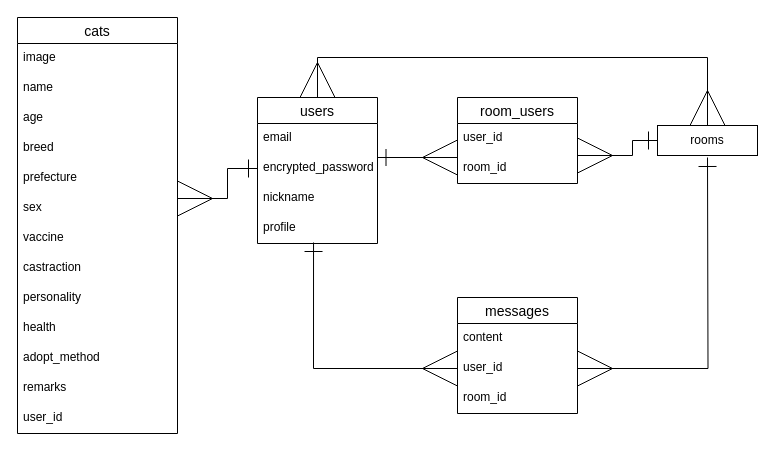
The draw.io diagram Nekko.dio in CatGitter/Nekko, before the edit. Source tidied: cells renumbered, new cells numbered last; positions are measured from the earlier drawing's top-left corner, leaving out a move shared by most shapes. Both pictures are drawn from the tidied source at 100%, with x=0, y=0 at pixel (17, 17).
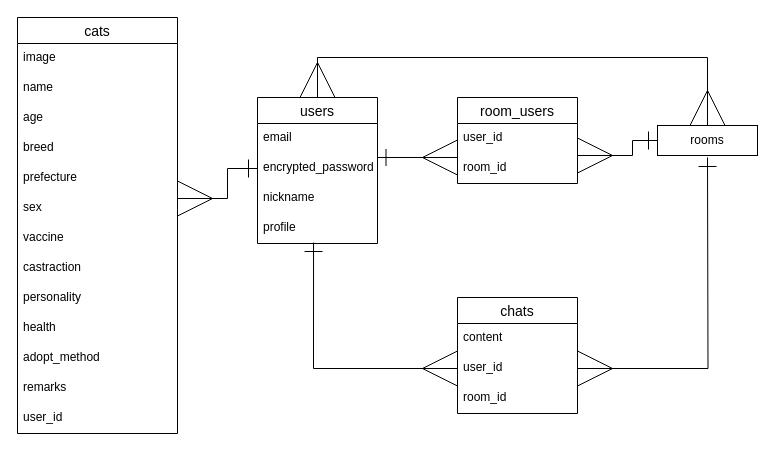
The same diagram, later.

Diff of the diagram source:
```diff
@@
-    <mxCell id="2" value="messages" style="swimlane;fontStyle=0;horizontal=1;startSize=26;align=center;fontSize=14;" parent="1" vertex="1">
+    <mxCell id="2" value="chats" style="swimlane;fontStyle=0;horizontal=1;startSize=26;align=center;fontSize=14;" parent="1" vertex="1">
       <mxGeometry x="440" y="280" width="120" height="116" as="geometry" />
     </mxCell>
```
